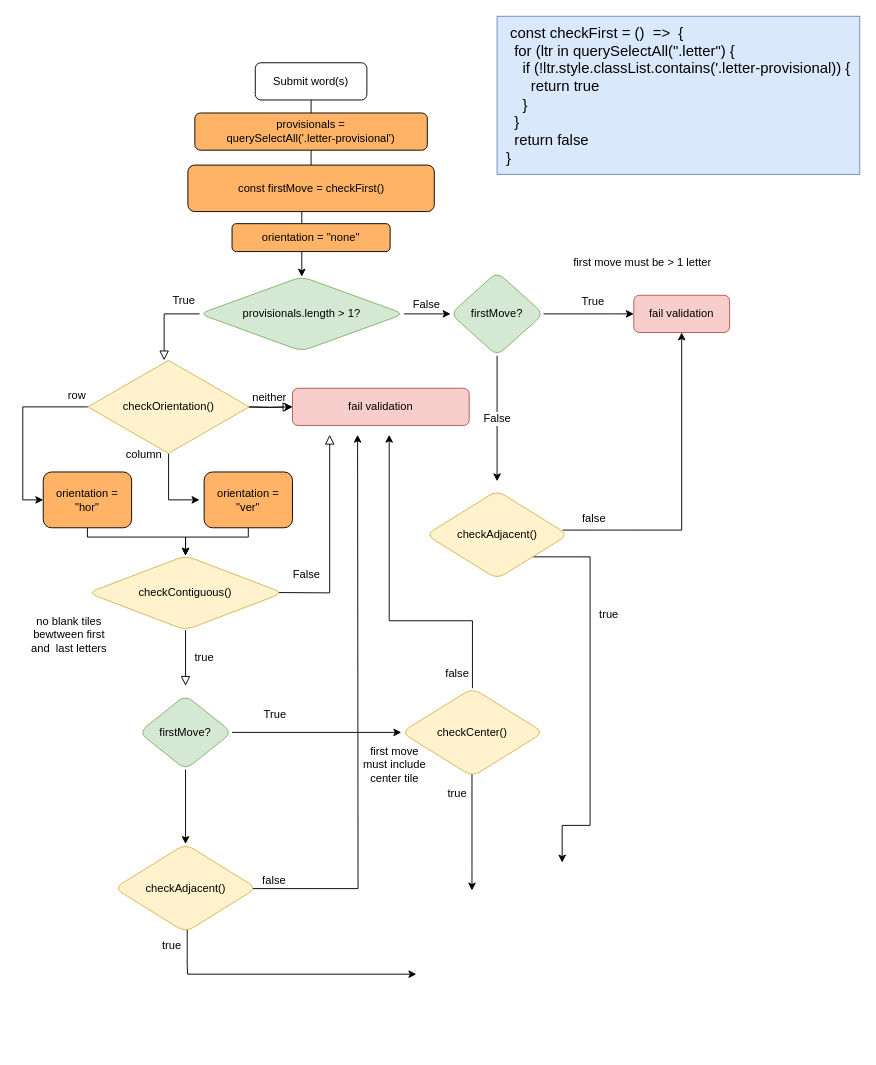
Before: Untitled Diagram.drawio in davebenjoya/scrooble, a draw.io diagram. Source tidied: cells renumbered, new cells numbered last; positions are measured from the earlier drawing's top-left corner, leaving out a move shared by most shapes. Both pictures are drawn from the tidied source at 93%, with x=0, y=0 at pixel (22, 16).
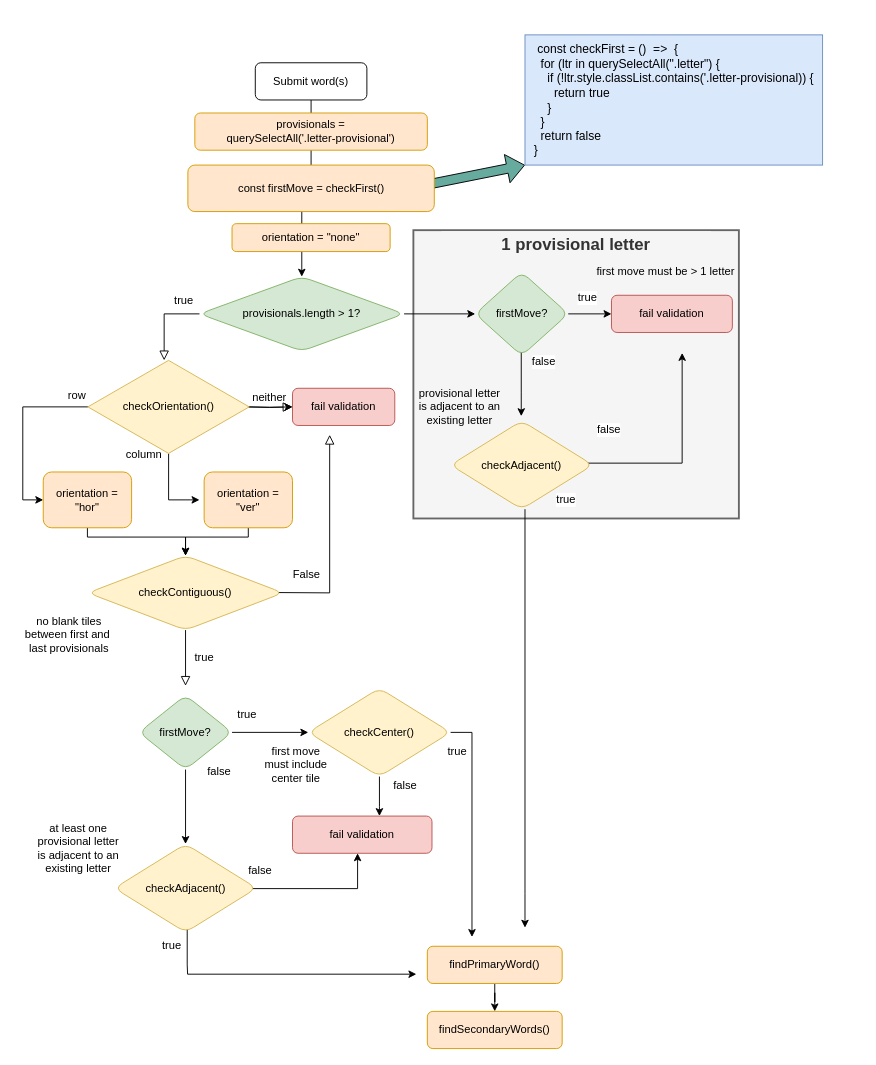
Above is the later version.

The change refers to these unchanged cells:
```xml
<mxCell id="2" style="rounded=0;html=1;jettySize=auto;fontSize=12;endArrow=block;endFill=0;endSize=8;strokeWidth=1;shadow=0;labelBackgroundColor=none;edgeStyle=orthogonalEdgeStyle;startArrow=none;" parent="1" edge="1" source="29" target="45">
  <mxGeometry relative="1" as="geometry">
    <Array as="points">
      <mxPoint x="152" y="320" />
    </Array>
  </mxGeometry>
</mxCell>
<mxCell id="22" style="edgeStyle=orthogonalEdgeStyle;rounded=0;jettySize=auto;html=1;fontSize=12;entryX=0.5;entryY=0;entryDx=0;entryDy=0;" parent="1" edge="1" source="23" target="52">
  <mxGeometry relative="1" as="geometry" />
</mxCell>
<mxCell id="29" value="provisionals.length &amp;gt; 1?" style="rhombus;whiteSpace=wrap;html=1;shadow=0;fontFamily=Helvetica;fontSize=12;align=center;strokeWidth=1;rounded=1;strokeColor=#82b366;fillColor=#d5e8d4;glass=0;" parent="1" vertex="1">
  <mxGeometry x="190" y="280" width="220" height="80" as="geometry" />
</mxCell>
<mxCell id="52" value="checkAdjacent()" style="rhombus;whiteSpace=wrap;html=1;rounded=1;shadow=0;strokeWidth=1;glass=0;strokeColor=#d6b656;fillColor=#fff2cc;fontSize=12;" parent="1" vertex="1">
  <mxGeometry x="98.5" y="890" width="153" height="95" as="geometry" />
</mxCell>
```

Diff of the diagram source:
```diff
@@
+    <mxCell id="54" style="shape=flexArrow;endArrow=classic;html=1;fontSize=12;fillColor=#67AB9F;" parent="1" edge="1">
+      <mxGeometry relative="1" as="geometry">
+        <mxPoint x="440" y="180" as="sourcePoint" />
+        <mxPoint x="540" y="160" as="targetPoint" />
+      </mxGeometry>
+    </mxCell>
+    <mxCell id="55" style="rounded=0;whiteSpace=wrap;html=1;fontSize=12;strokeColor=#666666;strokeWidth=2;align=left;fillColor=#f5f5f5;fontColor=#333333;" parent="1" vertex="1">
+      <mxGeometry x="420" y="230" width="350" height="310" as="geometry" />
+    </mxCell>
@@
-    <mxCell id="3" value="True" style="edgeLabel;html=1;align=center;verticalAlign=middle;fontSize=12;" parent="2" vertex="1">
+    <mxCell id="3" value="true" style="edgeLabel;html=1;align=center;verticalAlign=middle;fontSize=12;" parent="2" vertex="1">
       <mxGeometry x="0.29" relative="1" as="geometry">
         <mxPoint x="20" y="-34" as="offset" />
       </mxGeometry>
     </mxCell>
@@
     <mxCell id="9" value="fail validation" style="rounded=1;whiteSpace=wrap;html=1;fontSize=12;glass=0;strokeWidth=1;shadow=0;fillColor=#f8cecc;strokeColor=#b85450;" parent="1" vertex="1">
-      <mxGeometry x="290" y="400" width="190" height="40" as="geometry" />
+      <mxGeometry x="290" y="400" width="110" height="40" as="geometry" />
     </mxCell>
@@
-    <mxCell id="11" value="False" style="edgeStyle=orthogonalEdgeStyle;rounded=0;jettySize=auto;html=1;fontSize=12;" parent="1" edge="1" source="12">
-      <mxGeometry relative="1" as="geometry">
-        <mxPoint x="510" y="500" as="targetPoint" />
+    <mxCell id="11" value="false" style="edgeStyle=orthogonalEdgeStyle;rounded=0;orthogonalLoop=1;jettySize=auto;html=1;fontSize=12;" parent="1" edge="1">
+      <mxGeometry x="0.04" y="24" relative="1" as="geometry">
+        <mxPoint x="536" y="310" as="sourcePoint" />
+        <mxPoint x="536" y="430" as="targetPoint" />
         <Array as="points">
-          <mxPoint x="510" y="460" />
-          <mxPoint x="510" y="460" />
+          <mxPoint x="536" y="405" />
+          <mxPoint x="536" y="405" />
         </Array>
       </mxGeometry>
     </mxCell>
     <mxCell id="12" value="firstMove?" style="rhombus;whiteSpace=wrap;html=1;shadow=0;fontFamily=Helvetica;fontSize=12;align=center;strokeWidth=1;fillColor=#d5e8d4;rounded=1;strokeColor=#82b366;glass=0;" parent="1" vertex="1">
-      <mxGeometry x="460" y="275" width="100" height="90" as="geometry" />
+      <mxGeometry x="486.5" y="275" width="100" height="90" as="geometry" />
     </mxCell>
-    <mxCell id="13" value="True" style="edgeLabel;html=1;align=center;verticalAlign=middle;fontSize=12;" parent="1" vertex="1">
-      <mxGeometry x="612" y="306" as="geometry" />
+    <mxCell id="13" value="true" style="edgeLabel;html=1;align=center;verticalAlign=middle;fontSize=12;" parent="1" vertex="1">
+      <mxGeometry x="592" y="296" as="geometry">
+        <mxPoint x="14" y="6" as="offset" />
+      </mxGeometry>
     </mxCell>
@@
-    <mxCell id="16" value="True" style="edgeLabel;html=1;align=center;verticalAlign=middle;fontSize=12;" parent="1" vertex="1">
-      <mxGeometry x="270" y="750" as="geometry" />
+    <mxCell id="16" value="true" style="edgeLabel;html=1;align=center;verticalAlign=middle;fontSize=12;" parent="1" vertex="1">
+      <mxGeometry x="240" y="750" as="geometry" />
     </mxCell>
@@
-    <mxCell id="18" value="orientation = &quot;hor&quot;" style="rounded=1;whiteSpace=wrap;html=1;fontSize=12;glass=0;strokeWidth=1;shadow=0;fillColor=#FFB366;" parent="1" vertex="1">
+    <mxCell id="18" value="orientation = &quot;hor&quot;" style="rounded=1;whiteSpace=wrap;html=1;fontSize=12;glass=0;strokeWidth=1;shadow=0;fillColor=#ffe6cc;strokeColor=#d79b00;" parent="1" vertex="1">
       <mxGeometry x="22" y="490" width="95" height="60" as="geometry" />
     </mxCell>
-    <mxCell id="19" style="edgeStyle=orthogonalEdgeStyle;rounded=0;jettySize=auto;html=1;exitX=0.5;exitY=0;exitDx=0;exitDy=0;fontSize=12;" parent="1" edge="1" source="26">
-      <mxGeometry relative="1" as="geometry">
-        <mxPoint x="394" y="450" as="targetPoint" />
-        <Array as="points">
-          <mxPoint x="484" y="650" />
-          <mxPoint x="394" y="650" />
-        </Array>
-      </mxGeometry>
-    </mxCell>
-    <mxCell id="20" value="false" style="edgeLabel;html=1;align=center;verticalAlign=middle;fontSize=12;" parent="19" vertex="1">
-      <mxGeometry x="-0.69" y="-2" relative="1" as="geometry">
-        <mxPoint x="-19" y="40" as="offset" />
-      </mxGeometry>
-    </mxCell>
@@
+    <mxCell id="56" value="false" style="edgeLabel;html=1;align=center;verticalAlign=middle;fontSize=12;" parent="22" vertex="1">
+      <mxGeometry x="-0.47" y="1" relative="1" as="geometry">
+        <mxPoint x="34" y="-20" as="offset" />
+      </mxGeometry>
+    </mxCell>
@@
-    <mxCell id="24" style="edgeStyle=orthogonalEdgeStyle;rounded=0;orthogonalLoop=1;jettySize=auto;html=1;fontSize=12;" parent="1" edge="1">
+    <mxCell id="24" style="edgeStyle=orthogonalEdgeStyle;rounded=0;jettySize=auto;html=1;fontSize=12;" parent="1" edge="1" source="26">
       <mxGeometry relative="1" as="geometry">
-        <mxPoint x="483" y="810" as="sourcePoint" />
-        <mxPoint x="483" y="940" as="targetPoint" />
+        <mxPoint x="483" y="990" as="targetPoint" />
         <Array as="points">
-          <mxPoint x="483" y="920" />
+          <mxPoint x="483" y="770" />
         </Array>
       </mxGeometry>
     </mxCell>
@@
+    <mxCell id="57" style="edgeStyle=orthogonalEdgeStyle;rounded=0;jettySize=auto;html=1;fontSize=12;" parent="1" edge="1" source="26" target="60">
+      <mxGeometry relative="1" as="geometry">
+        <Array as="points">
+          <mxPoint x="384" y="850" />
+          <mxPoint x="384" y="850" />
+        </Array>
+      </mxGeometry>
+    </mxCell>
+    <mxCell id="58" value="false" style="edgeLabel;html=1;align=center;verticalAlign=middle;fontSize=12;" parent="57" vertex="1">
+      <mxGeometry x="-0.59" relative="1" as="geometry">
+        <mxPoint x="27" as="offset" />
+      </mxGeometry>
+    </mxCell>
     <mxCell id="26" value="checkCenter()" style="rhombus;whiteSpace=wrap;html=1;rounded=1;shadow=0;strokeWidth=1;glass=0;fillColor=#fff2cc;strokeColor=#d6b656;fontSize=12;" parent="1" vertex="1">
-      <mxGeometry x="407" y="722.5" width="153" height="95" as="geometry" />
+      <mxGeometry x="307" y="722.5" width="153" height="95" as="geometry" />
     </mxCell>
-    <mxCell id="27" style="edgeStyle=orthogonalEdgeStyle;rounded=0;jettySize=auto;html=1;fontSize=12;entryX=0;entryY=0.5;entryDx=0;entryDy=0;" parent="1" edge="1" source="29" target="12">
+    <mxCell id="27" style="edgeStyle=orthogonalEdgeStyle;rounded=0;jettySize=auto;html=1;entryX=0;entryY=0.5;entryDx=0;entryDy=0;fontSize=12;" parent="1" edge="1" source="29" target="12">
       <mxGeometry relative="1" as="geometry" />
     </mxCell>
-    <mxCell id="28" value="False" style="edgeLabel;html=1;align=center;verticalAlign=middle;fontSize=12;" parent="27" vertex="1">
-      <mxGeometry x="-0.07" y="1" relative="1" as="geometry">
-        <mxPoint y="-10" as="offset" />
-      </mxGeometry>
-    </mxCell>
@@
     <mxCell id="32" style="edgeStyle=orthogonalEdgeStyle;rounded=0;jettySize=auto;html=1;fontSize=12;exitX=0.962;exitY=0.505;exitDx=0;exitDy=0;exitPerimeter=0;" parent="1" edge="1" source="52">
       <mxGeometry relative="1" as="geometry">
-        <mxPoint x="360" y="450" as="targetPoint" />
+        <mxPoint x="360" y="900" as="targetPoint" />
+        <Array as="points">
+          <mxPoint x="360" y="938" />
+        </Array>
       </mxGeometry>
     </mxCell>
     <mxCell id="33" value="false" style="edgeLabel;html=1;align=center;verticalAlign=middle;fontSize=12;" parent="32" vertex="1">
       <mxGeometry x="-0.89" y="-1" relative="1" as="geometry">
-        <mxPoint x="-9" y="-10" as="offset" />
+        <mxPoint x="1" y="-20" as="offset" />
       </mxGeometry>
     </mxCell>
     <mxCell id="34" value="fail validation" style="rounded=1;whiteSpace=wrap;html=1;fontSize=12;glass=0;strokeWidth=1;shadow=0;fillColor=#f8cecc;strokeColor=#b85450;" parent="1" vertex="1">
-      <mxGeometry x="657" y="300" width="103" height="40" as="geometry" />
+      <mxGeometry x="633" y="300" width="130" height="40" as="geometry" />
     </mxCell>
-    <mxCell id="35" value="orientation = &quot;none&quot;" style="rounded=1;whiteSpace=wrap;html=1;fontSize=12;glass=0;strokeWidth=1;shadow=0;fillColor=#FFB366;" parent="1" vertex="1">
+    <mxCell id="35" value="orientation = &quot;none&quot;" style="rounded=1;whiteSpace=wrap;html=1;fontSize=12;glass=0;strokeWidth=1;shadow=0;fillColor=#ffe6cc;strokeColor=#d79b00;" parent="1" vertex="1">
       <mxGeometry x="225" y="223" width="170" height="30" as="geometry" />
     </mxCell>
-    <mxCell id="36" value="const firstMove = checkFirst()" style="rounded=1;whiteSpace=wrap;html=1;fontSize=12;glass=0;strokeWidth=1;shadow=0;fillColor=#FFB366;" parent="1" vertex="1">
+    <mxCell id="36" value="const firstMove = checkFirst()" style="rounded=1;whiteSpace=wrap;html=1;fontSize=12;glass=0;strokeWidth=1;shadow=0;fillColor=#ffe6cc;strokeColor=#d79b00;" parent="1" vertex="1">
       <mxGeometry x="177.5" y="160" width="265" height="50" as="geometry" />
     </mxCell>
-    <mxCell id="37" style="edgeStyle=orthogonalEdgeStyle;rounded=0;jettySize=auto;html=1;exitX=0.961;exitY=0.447;exitDx=0;exitDy=0;exitPerimeter=0;fontSize=12;" parent="1" edge="1" source="40" target="34">
-      <mxGeometry relative="1" as="geometry" />
+    <mxCell id="37" style="edgeStyle=orthogonalEdgeStyle;rounded=0;orthogonalLoop=1;jettySize=auto;html=1;exitX=0.961;exitY=0.447;exitDx=0;exitDy=0;exitPerimeter=0;fontSize=12;" parent="1" edge="1">
+      <mxGeometry relative="1" as="geometry">
+        <mxPoint x="607" y="480.5" as="sourcePoint" />
+        <mxPoint x="709" y="362" as="targetPoint" />
+        <Array as="points">
+          <mxPoint x="709" y="481" />
+        </Array>
+      </mxGeometry>
     </mxCell>
     <mxCell id="38" value="false" style="edgeLabel;html=1;align=center;verticalAlign=middle;fontSize=12;" parent="37" vertex="1">
       <mxGeometry x="-0.81" y="1" relative="1" as="geometry">
-        <mxPoint x="1" y="-12" as="offset" />
+        <mxPoint x="1" y="-35" as="offset" />
       </mxGeometry>
     </mxCell>
-    <mxCell id="39" value="true" style="edgeStyle=orthogonalEdgeStyle;rounded=0;jettySize=auto;html=1;exitX=1;exitY=1;exitDx=0;exitDy=0;fontSize=12;" parent="1" edge="1" source="40">
-      <mxGeometry x="-0.41" y="20" relative="1" as="geometry">
-        <mxPoint x="580" y="910" as="targetPoint" />
+    <mxCell id="39" value="true" style="edgeStyle=orthogonalEdgeStyle;rounded=0;orthogonalLoop=1;jettySize=auto;html=1;fontSize=12;" parent="1" edge="1">
+      <mxGeometry x="-1" y="45" relative="1" as="geometry">
+        <mxPoint x="540" y="530" as="sourcePoint" />
+        <mxPoint x="540" y="980" as="targetPoint" />
         <Array as="points">
-          <mxPoint x="610" y="581" />
-          <mxPoint x="610" y="870" />
-          <mxPoint x="580" y="870" />
+          <mxPoint x="540" y="943" />
         </Array>
+        <mxPoint x="-1" y="-10" as="offset" />
       </mxGeometry>
     </mxCell>
     <mxCell id="40" value="checkAdjacent()" style="rhombus;whiteSpace=wrap;html=1;rounded=1;shadow=0;strokeWidth=1;glass=0;strokeColor=#d6b656;fillColor=#fff2cc;fontSize=12;" parent="1" vertex="1">
-      <mxGeometry x="433.5" y="510" width="153" height="95" as="geometry" />
+      <mxGeometry x="460" y="435" width="153" height="95" as="geometry" />
     </mxCell>
@@
-    <mxCell id="47" value="orientation = &quot;ver&quot;" style="rounded=1;whiteSpace=wrap;html=1;fontSize=12;glass=0;strokeWidth=1;shadow=0;fillColor=#FFB366;" parent="1" vertex="1">
+    <mxCell id="47" value="orientation = &quot;ver&quot;" style="rounded=1;whiteSpace=wrap;html=1;fontSize=12;glass=0;strokeWidth=1;shadow=0;fillColor=#ffe6cc;strokeColor=#d79b00;" parent="1" vertex="1">
       <mxGeometry x="195" y="490" width="95" height="60" as="geometry" />
     </mxCell>
-    <mxCell id="48" value="no blank tiles bewtween first and&amp;nbsp; last letters" style="text;html=1;strokeColor=none;fillColor=none;align=center;verticalAlign=middle;whiteSpace=wrap;rounded=0;fontSize=12;" parent="1" vertex="1">
+    <mxCell id="48" value="no blank tiles between first and&amp;nbsp; last provisionals" style="text;html=1;strokeColor=none;fillColor=none;align=center;verticalAlign=middle;whiteSpace=wrap;rounded=0;fontSize=12;" parent="1" vertex="1">
       <mxGeometry y="640" width="100" height="50" as="geometry" />
     </mxCell>
     <mxCell id="49" value="first move &lt;br style=&quot;font-size: 12px;&quot;&gt;must include &lt;br style=&quot;font-size: 12px;&quot;&gt;center tile" style="text;html=1;strokeColor=none;fillColor=none;align=center;verticalAlign=middle;whiteSpace=wrap;rounded=0;fontSize=12;" parent="1" vertex="1">
-      <mxGeometry x="350" y="780" width="100" height="50" as="geometry" />
+      <mxGeometry x="243.5" y="780" width="100" height="50" as="geometry" />
     </mxCell>
-    <mxCell id="50" value="provisionals = &lt;br style=&quot;font-size: 12px;&quot;&gt;querySelectAll('.letter-provisional')" style="rounded=1;whiteSpace=wrap;html=1;fontSize=12;glass=0;strokeWidth=1;shadow=0;fillColor=#FFB366;" parent="1" vertex="1">
+    <mxCell id="50" value="provisionals = &lt;br style=&quot;font-size: 12px;&quot;&gt;querySelectAll('.letter-provisional')" style="rounded=1;whiteSpace=wrap;html=1;fontSize=12;glass=0;strokeWidth=1;shadow=0;fillColor=#ffe6cc;strokeColor=#d79b00;" parent="1" vertex="1">
       <mxGeometry x="185" y="104" width="250" height="40" as="geometry" />
     </mxCell>
-    <mxCell id="51" value="&lt;font style=&quot;font-size: 16px&quot;&gt;&amp;nbsp;const checkFirst = ()&amp;nbsp; =&amp;gt;&amp;nbsp; {&lt;br&gt;&amp;nbsp; for (ltr in querySelectAll(&quot;.letter&quot;) {&lt;br&gt;&amp;nbsp; &amp;nbsp; if (!ltr.style.classList.contains('.letter-provisional)) {&amp;nbsp;&lt;br&gt;&lt;span&gt;&amp;nbsp; &amp;nbsp; &amp;nbsp; return true&lt;br&gt;&lt;/span&gt;&lt;span&gt;&amp;nbsp; &amp;nbsp; }&lt;br&gt;&lt;/span&gt;&lt;span&gt;&amp;nbsp; }&lt;br&gt;&lt;/span&gt;&lt;span&gt;&amp;nbsp; return false&lt;/span&gt;&lt;span&gt;&lt;br&gt;&lt;/span&gt;&lt;/font&gt;&lt;font style=&quot;font-size: 16px&quot;&gt;}&lt;br&gt;&lt;/font&gt;" style="rounded=0;whiteSpace=wrap;html=1;fillColor=#dae8fc;strokeColor=#6c8ebf;align=left;fontSize=12;perimeterSpacing=6;spacingLeft=8;" parent="1" vertex="1">
-      <mxGeometry x="510" width="390" height="170" as="geometry" />
+    <mxCell id="51" value="&lt;font style=&quot;font-size: 13px&quot;&gt;&amp;nbsp;const checkFirst = ()&amp;nbsp; =&amp;gt;&amp;nbsp; {&lt;br&gt;&amp;nbsp; for (ltr in querySelectAll(&quot;.letter&quot;) {&lt;br&gt;&amp;nbsp; &amp;nbsp; if (!ltr.style.classList.contains('.letter-provisional)) {&amp;nbsp;&lt;br&gt;&amp;nbsp; &amp;nbsp; &amp;nbsp; return true&lt;br&gt;&amp;nbsp; &amp;nbsp; }&lt;br&gt;&amp;nbsp; }&lt;br&gt;&amp;nbsp; return false&lt;br&gt;&lt;/font&gt;&lt;font style=&quot;font-size: 13px&quot;&gt;&lt;font style=&quot;font-size: 13px&quot;&gt;}&lt;/font&gt;&lt;br&gt;&lt;/font&gt;" style="rounded=0;whiteSpace=wrap;html=1;fillColor=#dae8fc;strokeColor=#6c8ebf;align=left;fontSize=12;perimeterSpacing=6;spacingLeft=8;" parent="1" vertex="1">
+      <mxGeometry x="540" y="20" width="320" height="140" as="geometry" />
     </mxCell>
@@
     <mxCell id="53" value="first move must be &amp;gt; 1 letter" style="text;html=1;strokeColor=none;fillColor=none;align=center;verticalAlign=middle;whiteSpace=wrap;rounded=0;fontSize=12;" parent="1" vertex="1">
-      <mxGeometry x="550" y="240" width="233" height="50" as="geometry" />
+      <mxGeometry x="600" y="250" width="183" height="50" as="geometry" />
     </mxCell>
+    <mxCell id="59" value="1 provisional letter" style="text;html=1;fillColor=#f5f5f5;align=center;verticalAlign=middle;whiteSpace=wrap;rounded=0;fontSize=18;fontColor=#333333;fontStyle=1;" parent="1" vertex="1">
+      <mxGeometry x="450" y="231" width="290" height="30" as="geometry" />
+    </mxCell>
+    <mxCell id="60" value="fail validation" style="rounded=1;whiteSpace=wrap;html=1;fontSize=12;glass=0;strokeWidth=1;shadow=0;fillColor=#f8cecc;strokeColor=#b85450;" parent="1" vertex="1">
+      <mxGeometry x="290" y="860" width="150" height="40" as="geometry" />
+    </mxCell>
+    <mxCell id="61" style="edgeStyle=orthogonalEdgeStyle;rounded=0;jettySize=auto;html=1;entryX=0.5;entryY=0;entryDx=0;entryDy=0;fontSize=12;" parent="1" edge="1" source="62" target="63">
+      <mxGeometry relative="1" as="geometry" />
+    </mxCell>
+    <mxCell id="62" value="findPrimaryWord()" style="rounded=1;whiteSpace=wrap;html=1;fontSize=12;glass=0;strokeWidth=1;shadow=0;fillColor=#ffe6cc;strokeColor=#d79b00;" parent="1" vertex="1">
+      <mxGeometry x="435" y="1000" width="145" height="40" as="geometry" />
+    </mxCell>
+    <mxCell id="63" value="findSecondaryWords()" style="rounded=1;whiteSpace=wrap;html=1;fontSize=12;glass=0;strokeWidth=1;shadow=0;fillColor=#ffe6cc;strokeColor=#d79b00;" parent="1" vertex="1">
+      <mxGeometry x="435" y="1070" width="145" height="40" as="geometry" />
+    </mxCell>
+    <mxCell id="64" value="provisional letter is adjacent to an existing letter" style="text;html=1;strokeColor=none;fillColor=none;align=center;verticalAlign=middle;whiteSpace=wrap;rounded=0;fontSize=12;" parent="1" vertex="1">
+      <mxGeometry x="420" y="395" width="100" height="50" as="geometry" />
+    </mxCell>
+    <mxCell id="65" value="at least one provisional letter is adjacent to an existing letter" style="text;html=1;strokeColor=none;fillColor=none;align=center;verticalAlign=middle;whiteSpace=wrap;rounded=0;fontSize=12;" parent="1" vertex="1">
+      <mxGeometry x="10" y="870" width="100" height="50" as="geometry" />
+    </mxCell>
```
